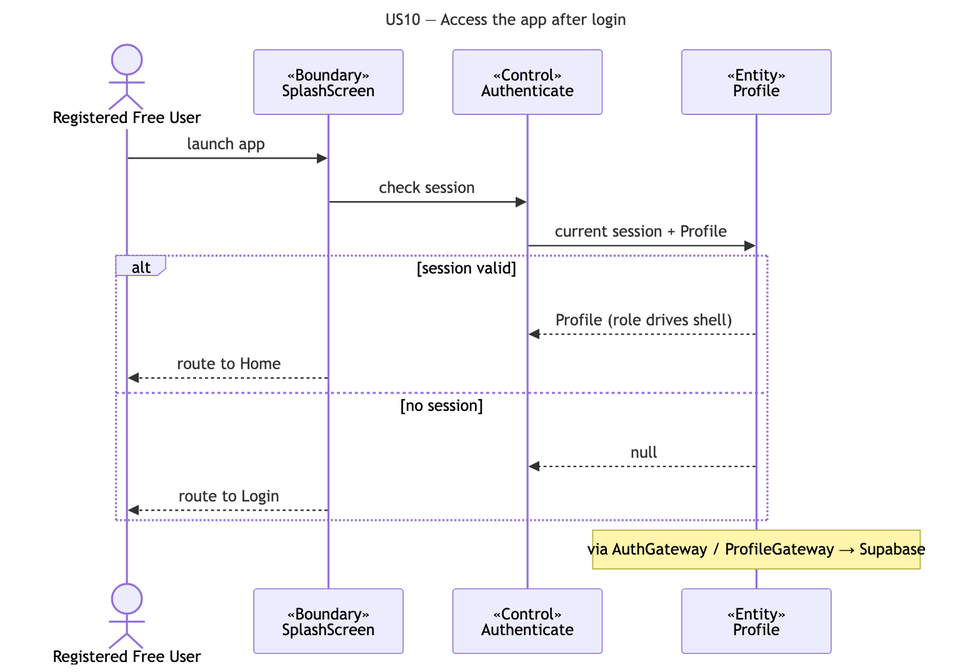
The Mermaid diagram docs/deliverables/sequence-diagrams/US10-access-app.png in cyuanjun/FYP-26-S2-37-app, before a commit. Its source is kept beside it as docs/deliverables/sequence-diagrams/src/US10-access-app.mmd.
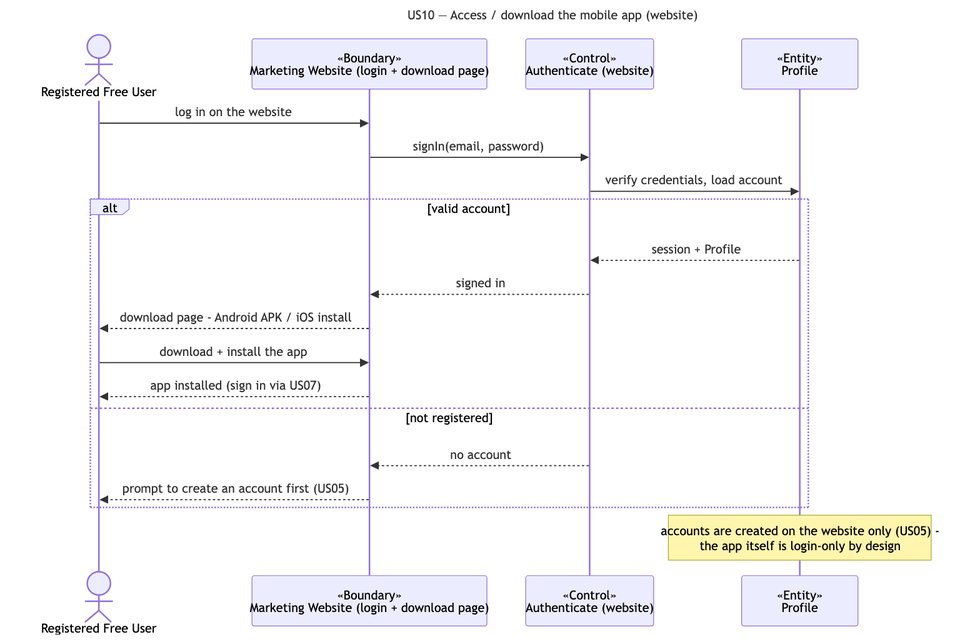
After the commit.

Commit message:
US10 clarified: website login-gated app download, not in-app splash

Diff of the diagram source:
```diff
@@ -1,19 +1,22 @@
 ---
-title: "US10 — Access the app after login"
+title: "US10 — Access / download the mobile app (website)"
 ---
 sequenceDiagram
   actor A as Registered Free User
-  participant B as «Boundary»<br/>SplashScreen
-  participant C as «Control»<br/>Authenticate
+  participant B as «Boundary»<br/>Marketing Website (login + download page)
+  participant C as «Control»<br/>Authenticate (website)
   participant E as «Entity»<br/>Profile
-  A->>B: launch app
-  B->>C: check session
-  C->>E: current session + Profile
-  alt session valid
-    E-->>C: Profile (role drives shell)
-    B-->>A: route to Home
-  else no session
-    E-->>C: null
-    B-->>A: route to Login
+  A->>B: log in on the website
+  B->>C: signIn(email, password)
+  C->>E: verify credentials, load account
+  alt valid account
+    E-->>C: session + Profile
+    C-->>B: signed in
+    B-->>A: download page - Android APK / iOS install
+    A->>B: download + install the app
+    B-->>A: app installed (sign in via US07)
+  else not registered
+    C-->>B: no account
+    B-->>A: prompt to create an account first (US05)
   end
-  note over E: via AuthGateway / ProfileGateway → Supabase
+  note over E: accounts are created on the website only (US05) -<br/>the app itself is login-only by design
```
